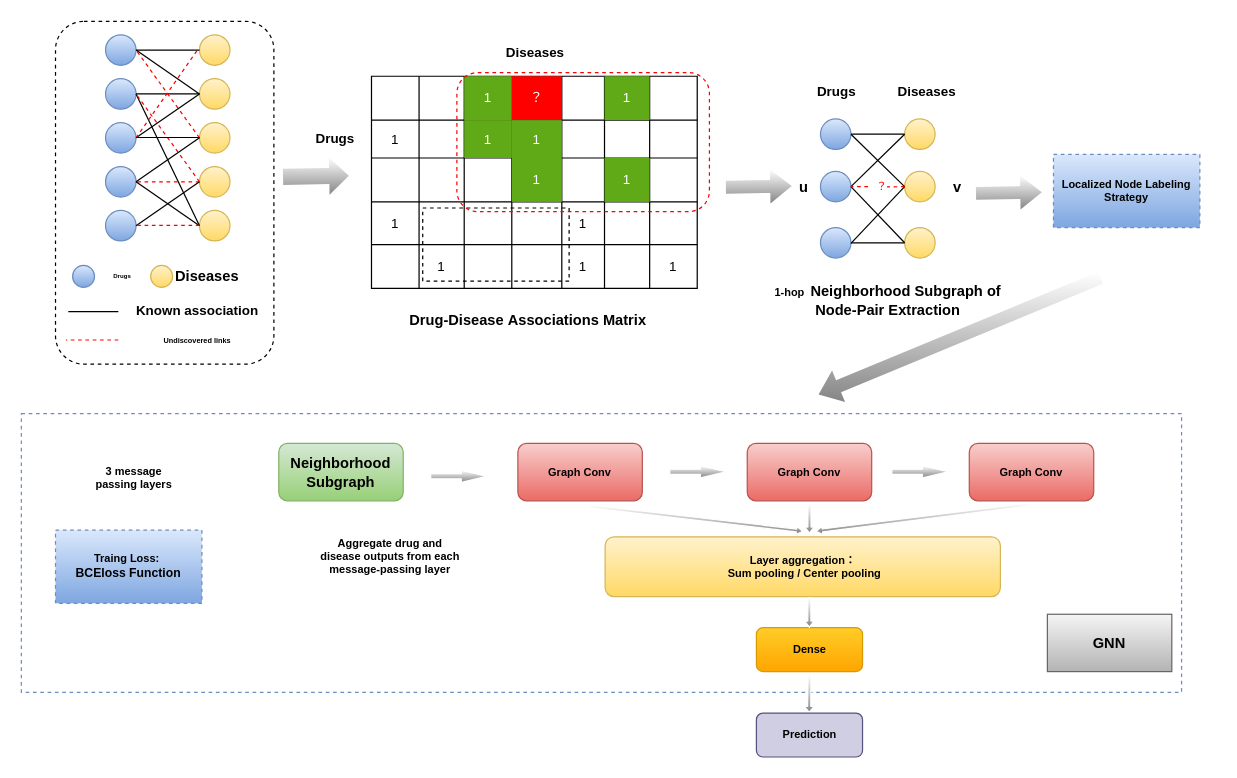
Above: 未命名绘图.drawio in nanfengk/hello-world (draw.io), before the change. Source tidied: cells renumbered, new cells numbered last; positions are measured from the earlier drawing's top-left corner, leaving out a move shared by most shapes. Both pictures are drawn from the tidied source at 122%, with x=0, y=0 at pixel (21, 21).
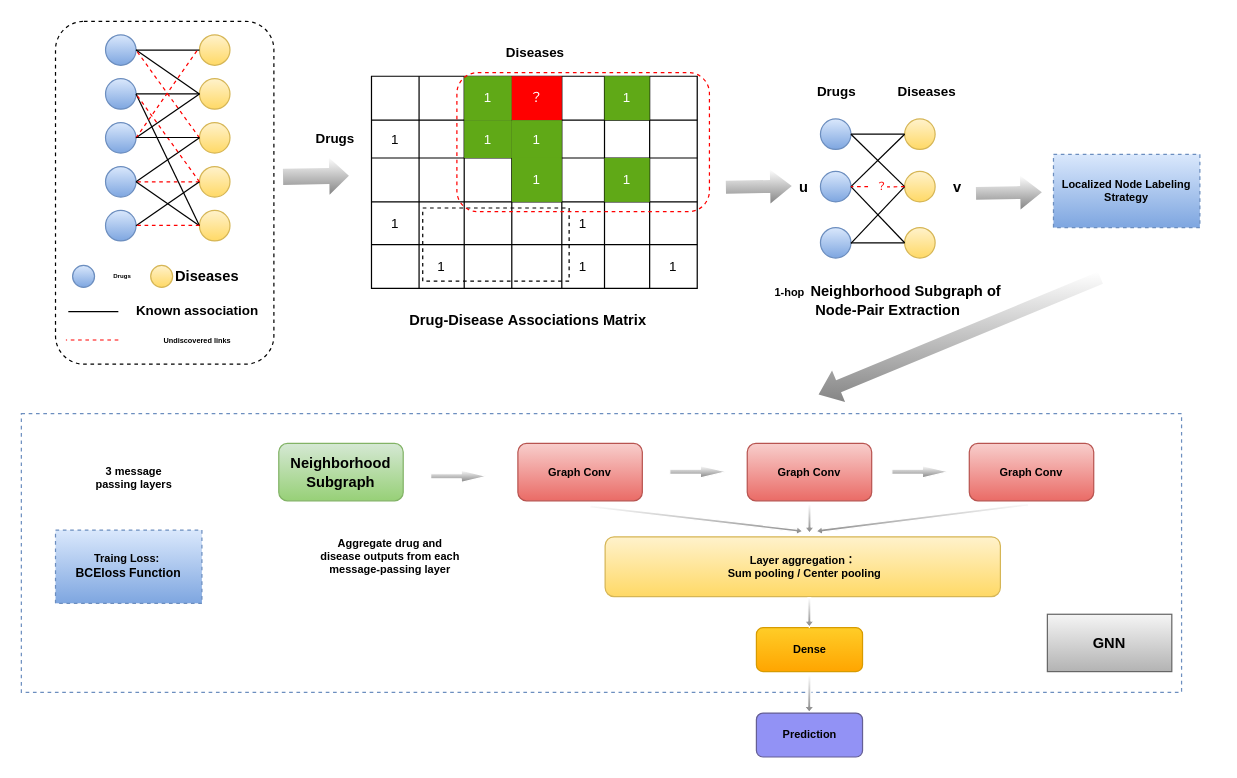
After the change.

Commit message (it also covers changes not shown here):
更新未命名绘图.drawio

The edit, as a diff of the source:
```diff
@@
-    <mxCell id="133" value="&lt;font color=&quot;#000000&quot;&gt;&lt;b&gt;Prediction&lt;/b&gt;&lt;/font&gt;" style="rounded=1;whiteSpace=wrap;html=1;shadow=0;sketch=0;fontSize=9;strokeColor=#56517e;strokeWidth=1;fillColor=#d0cee2;" parent="1" vertex="1">
+    <mxCell id="133" value="&lt;font color=&quot;#000000&quot;&gt;&lt;b&gt;Prediction&lt;/b&gt;&lt;/font&gt;" style="rounded=1;whiteSpace=wrap;html=1;shadow=0;sketch=0;fontSize=9;strokeColor=#655F94;strokeWidth=1;fillColor=#9292F5;" parent="1" vertex="1">
       <mxGeometry x="602.5" y="567" width="87" height="36" as="geometry" />
     </mxCell>
```
